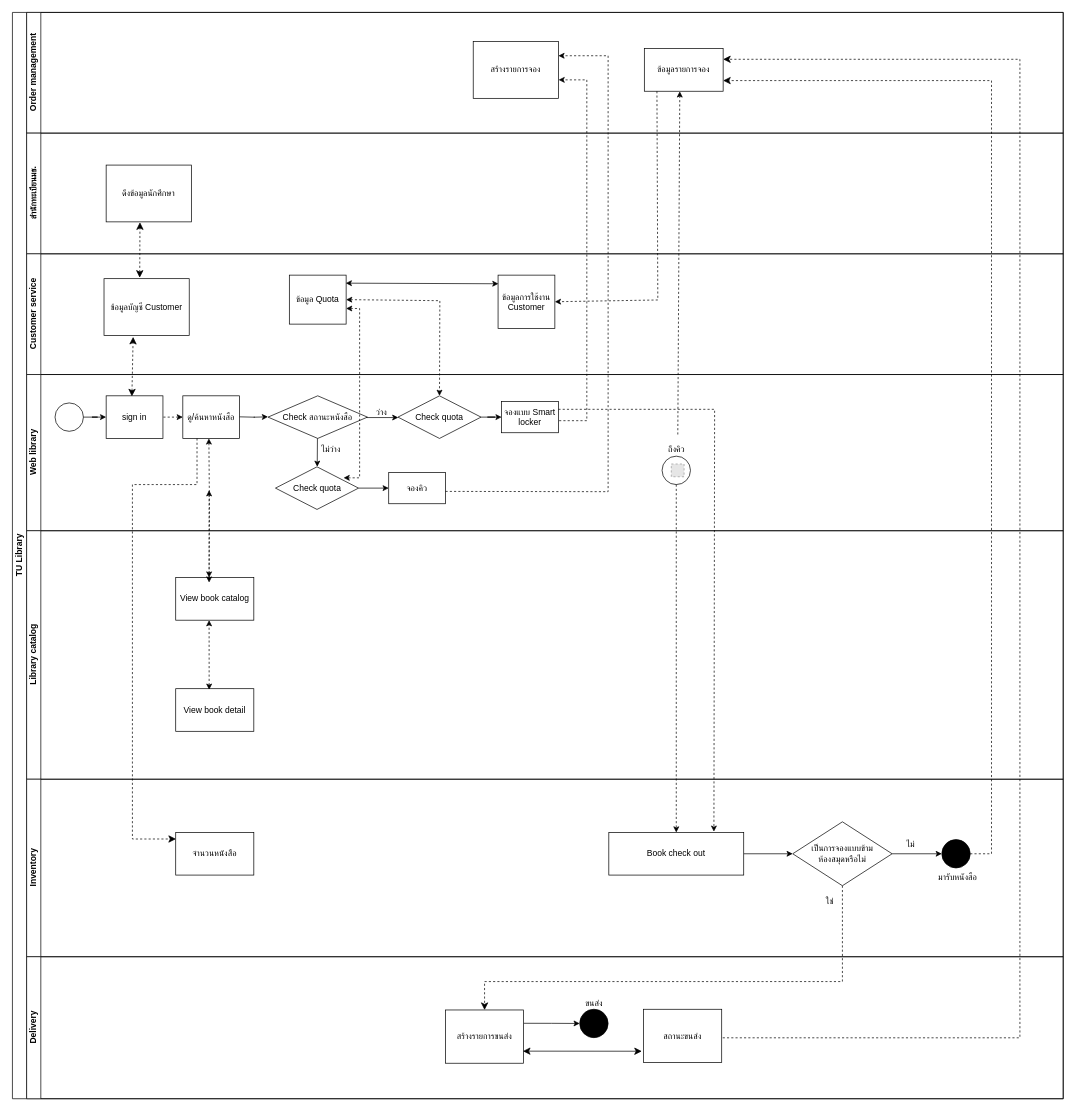
Before: แบบแผนที่ยังไม่ได้ตั้งชื่อ.drawio in apisarathep/centralsee, a draw.io diagram. Source tidied: cells renumbered, new cells numbered last; positions are measured from the earlier drawing's top-left corner, leaving out a move shared by most shapes. Both pictures are drawn from the tidied source at 71%, with x=0, y=0 at pixel (12, 12). Pictures stored in the file or linked from it are replaced by grey dashed boxes.
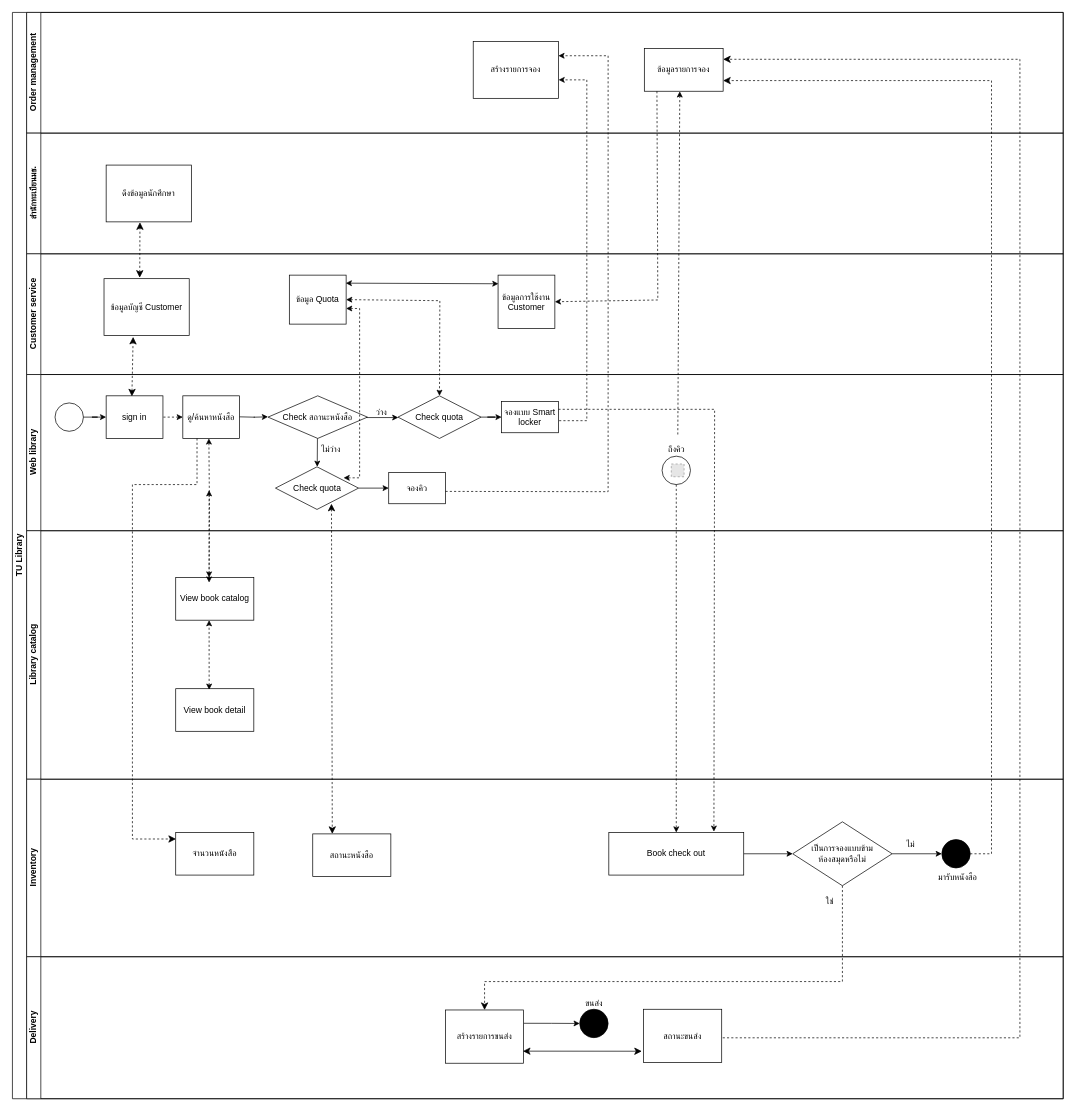
After the change.

The change refers to these unchanged cells:
```xml
<mxCell id="2" value="TU Library" style="swimlane;html=1;horizontal=0;startSize=20;" parent="1" vertex="1">
  <mxGeometry width="1480" height="1530" as="geometry" />
</mxCell>
<mxCell id="34" value="Check quota" style="rhombus;whiteSpace=wrap;html=1;fontFamily=Helvetica;fontSize=12;fontColor=#000000;align=center;" parent="13" vertex="1">
  <mxGeometry x="350.5" y="130" width="117" height="60" as="geometry" />
</mxCell>
<mxCell id="39" value="Inventory" style="swimlane;html=1;startSize=20;horizontal=0;" parent="2" vertex="1">
  <mxGeometry x="20" y="1080" width="1460" height="250" as="geometry" />
</mxCell>
```

The edit, as a diff of the source:
```diff
@@
+    <mxCell id="71" value="สถานะหนังสือ" style="rounded=0;whiteSpace=wrap;html=1;fontFamily=Helvetica;fontSize=12;fontColor=#000000;align=center;" parent="39" vertex="1">
+      <mxGeometry x="403" y="77" width="110" height="60" as="geometry" />
+    </mxCell>
@@
+    <mxCell id="72" style="edgeStyle=none;jettySize=auto;html=1;endArrow=classic;startArrow=classic;endSize=8;startSize=8;rounded=0;exitX=0.674;exitY=0.867;exitDx=0;exitDy=0;exitPerimeter=0;entryX=0.25;entryY=0;entryDx=0;entryDy=0;dashed=1;" parent="2" edge="1" source="34" target="71">
+      <mxGeometry relative="1" as="geometry" />
+    </mxCell>
```
